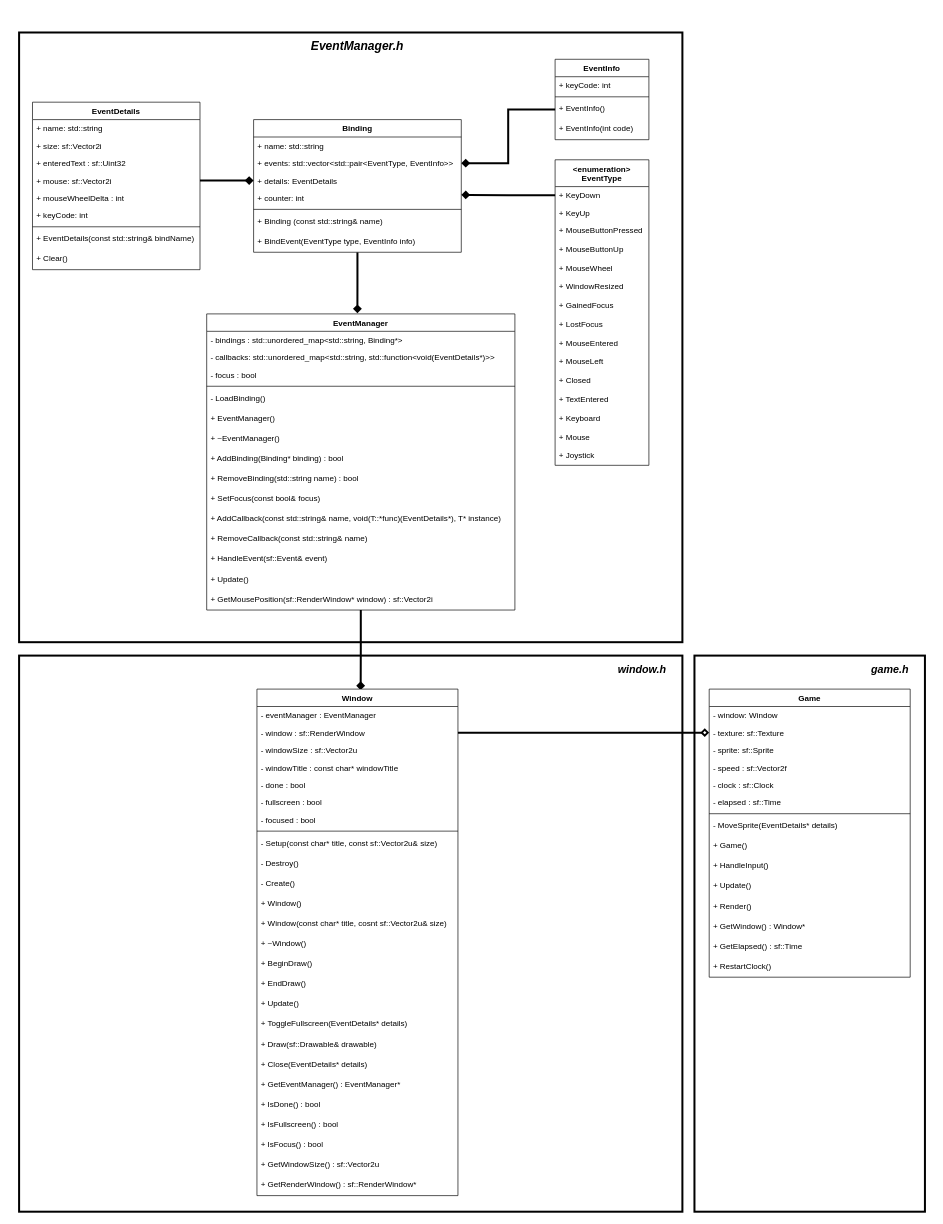
Above: EVENT_MANAGER_PROJECT_CLASS DIAGRAM.drawio in maxmakovskiy/gamedev (draw.io), before the change. Source tidied: cells renumbered, new cells numbered last; positions are measured from the earlier drawing's top-left corner, leaving out a move shared by most shapes. Both pictures are drawn from the tidied source at 67%, with x=0, y=0 at pixel (19, 32).
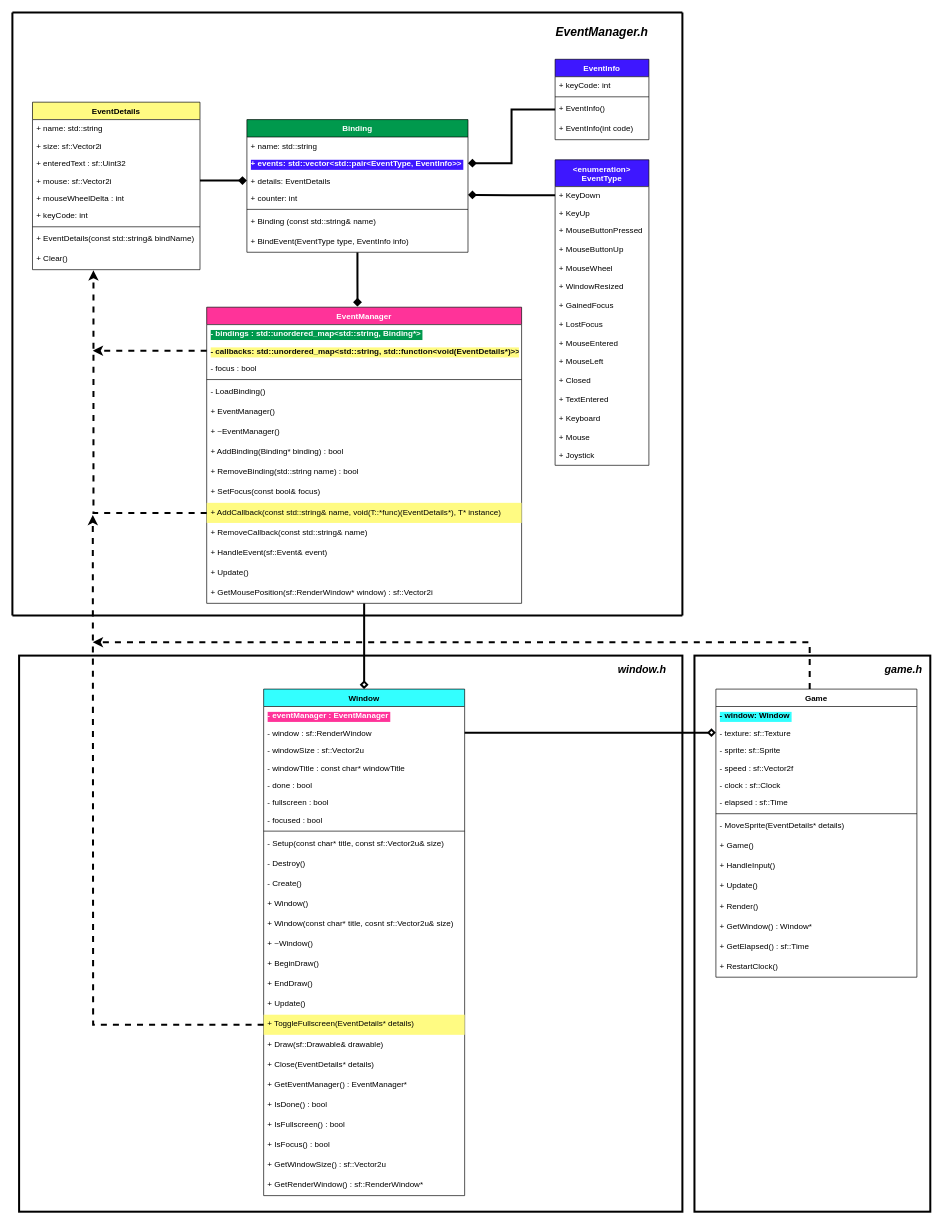
After the change.

Unchanged cells that the change refers to:
```xml
<mxCell id="32" value="+ Clear()&#10;" style="text;strokeColor=none;fillColor=none;align=left;verticalAlign=top;spacingLeft=4;spacingRight=4;overflow=hidden;points=[[0,0.5],[1,0.5]];portConstraint=eastwest;" parent="23" vertex="1">
  <mxGeometry y="220" width="250" height="30" as="geometry" />
</mxCell>
```

Diff of the diagram source:
```diff
@@
-    <mxCell id="2" value="EventInfo" style="swimlane;fontStyle=1;align=center;verticalAlign=top;horizontal=1;startSize=26;swimlaneFillColor=#ffffff;" parent="1" vertex="1">
+    <mxCell id="2" value="EventInfo" style="swimlane;fontStyle=1;align=center;verticalAlign=top;horizontal=1;startSize=26;swimlaneFillColor=#ffffff;fillColor=#3E17FF;fontColor=#FFFFFF;" parent="1" vertex="1">
       <mxGeometry x="800" y="40" width="140" height="120" as="geometry" />
     </mxCell>
@@
-    <mxCell id="7" value="&lt;enumeration&gt;&#10;EventType" style="swimlane;fontStyle=1;horizontal=1;startSize=40;swimlaneFillColor=#ffffff;" parent="1" vertex="1">
+    <mxCell id="7" value="&lt;enumeration&gt;&#10;EventType" style="swimlane;fontStyle=1;horizontal=1;startSize=40;swimlaneFillColor=#ffffff;fillColor=#3E17FF;labelBackgroundColor=none;fontColor=#FFFFFF;" parent="1" vertex="1">
       <mxGeometry x="800" y="190" width="140" height="456" as="geometry" />
     </mxCell>
@@
-    <mxCell id="23" value="EventDetails" style="swimlane;fontStyle=1;align=center;verticalAlign=top;horizontal=1;startSize=26;swimlaneFillColor=#ffffff;" parent="1" vertex="1">
+    <mxCell id="23" value="EventDetails" style="swimlane;fontStyle=1;align=center;verticalAlign=top;horizontal=1;startSize=26;swimlaneFillColor=#ffffff;fillColor=#FFFB82;" parent="1" vertex="1">
       <mxGeometry x="20" y="104" width="250" height="250" as="geometry" />
     </mxCell>
@@
-    <mxCell id="33" style="edgeStyle=orthogonalEdgeStyle;rounded=0;jettySize=auto;html=1;entryX=0.489;entryY=-0.002;entryDx=0;entryDy=0;entryPerimeter=0;fontSize=18;fontColor=none;endArrow=diamond;endFill=1;strokeWidth=3;" parent="1" edge="1" source="34" target="43">
+    <mxCell id="33" style="edgeStyle=orthogonalEdgeStyle;rounded=0;jettySize=auto;html=1;entryX=0.479;entryY=-0.002;entryDx=0;entryDy=0;entryPerimeter=0;fontSize=18;fontColor=#FFFFFF;endArrow=diamond;endFill=1;strokeWidth=3;" parent="1" edge="1" source="34" target="43">
       <mxGeometry relative="1" as="geometry" />
     </mxCell>
-    <mxCell id="34" value="Binding" style="swimlane;fontStyle=1;align=center;verticalAlign=top;horizontal=1;startSize=26;swimlaneFillColor=#ffffff;" parent="1" vertex="1">
-      <mxGeometry x="350" y="130" width="310" height="198" as="geometry" />
+    <mxCell id="34" value="Binding" style="swimlane;fontStyle=1;align=center;verticalAlign=top;horizontal=1;startSize=26;swimlaneFillColor=#ffffff;labelBackgroundColor=#00994D;fontColor=#FFFFFF;fillColor=#00994D;" parent="1" vertex="1">
+      <mxGeometry x="340" y="130" width="330" height="198" as="geometry" />
     </mxCell>
     <mxCell id="35" value="+ name: std::string" style="text;strokeColor=none;fillColor=none;align=left;verticalAlign=top;spacingLeft=4;spacingRight=4;overflow=hidden;" parent="34" vertex="1">
-      <mxGeometry y="26" width="310" height="26" as="geometry" />
+      <mxGeometry y="26" width="330" height="26" as="geometry" />
     </mxCell>
-    <mxCell id="36" value="+ events: std::vector&lt;std::pair&lt;EventType, EventInfo&gt;&gt;" style="text;strokeColor=none;fillColor=none;align=left;verticalAlign=top;spacingLeft=4;spacingRight=4;overflow=hidden;points=[[0,0.5],[1,0.5]];portConstraint=eastwest;" parent="34" vertex="1">
-      <mxGeometry y="52" width="310" height="26" as="geometry" />
+    <mxCell id="36" value="+ events: std::vector&lt;std::pair&lt;EventType, EventInfo&gt;&gt;" style="text;strokeColor=none;fillColor=none;align=left;verticalAlign=top;spacingLeft=4;spacingRight=4;overflow=hidden;points=[[0,0.5],[1,0.5]];portConstraint=eastwest;labelBackgroundColor=#3E17FF;fontColor=#FFFFFF;fontStyle=1;" parent="34" vertex="1">
+      <mxGeometry y="52" width="330" height="26" as="geometry" />
     </mxCell>
     <mxCell id="37" value="+ details: EventDetails" style="text;strokeColor=none;fillColor=none;align=left;verticalAlign=top;spacingLeft=4;spacingRight=4;overflow=hidden;points=[[0,0.5],[1,0.5]];portConstraint=eastwest;" parent="34" vertex="1">
-      <mxGeometry y="78" width="310" height="26" as="geometry" />
+      <mxGeometry y="78" width="330" height="26" as="geometry" />
     </mxCell>
     <mxCell id="38" value="+ counter: int" style="text;strokeColor=none;fillColor=none;align=left;verticalAlign=top;spacingLeft=4;spacingRight=4;overflow=hidden;points=[[0,0.5],[1,0.5]];portConstraint=eastwest;" parent="34" vertex="1">
-      <mxGeometry y="104" width="310" height="26" as="geometry" />
+      <mxGeometry y="104" width="330" height="26" as="geometry" />
     </mxCell>
     <mxCell id="39" style="line;strokeWidth=1;fillColor=none;align=left;verticalAlign=middle;spacingTop=-1;spacingLeft=3;spacingRight=3;labelPosition=right;" parent="34" vertex="1">
-      <mxGeometry y="130" width="310" height="8" as="geometry" />
+      <mxGeometry y="130" width="330" height="8" as="geometry" />
     </mxCell>
     <mxCell id="40" value="+ Binding (const std::string&amp; name)" style="text;strokeColor=none;fillColor=none;align=left;verticalAlign=top;spacingLeft=4;spacingRight=4;overflow=hidden;" parent="34" vertex="1">
-      <mxGeometry y="138" width="310" height="30" as="geometry" />
+      <mxGeometry y="138" width="330" height="30" as="geometry" />
     </mxCell>
     <mxCell id="41" value="+ BindEvent(EventType type, EventInfo info)&#10;" style="text;strokeColor=none;fillColor=none;align=left;verticalAlign=top;spacingLeft=4;spacingRight=4;overflow=hidden;" parent="34" vertex="1">
-      <mxGeometry y="168" width="310" height="30" as="geometry" />
+      <mxGeometry y="168" width="330" height="30" as="geometry" />
     </mxCell>
-    <mxCell id="42" style="edgeStyle=orthogonalEdgeStyle;rounded=0;jettySize=auto;html=1;entryX=0.516;entryY=0.002;entryDx=0;entryDy=0;entryPerimeter=0;fontSize=18;fontColor=none;endArrow=diamond;endFill=1;strokeWidth=3;" parent="1" edge="1" source="43" target="62">
+    <mxCell id="42" style="edgeStyle=orthogonalEdgeStyle;rounded=0;jettySize=auto;html=1;entryX=0.5;entryY=0;entryDx=0;entryDy=0;fontSize=18;fontColor=#FFFFFF;endArrow=diamond;endFill=0;strokeWidth=3;" parent="1" edge="1" source="43" target="62">
       <mxGeometry relative="1" as="geometry" />
     </mxCell>
-    <mxCell id="43" value="EventManager" style="swimlane;fontStyle=1;align=center;verticalAlign=top;horizontal=1;startSize=26;swimlaneFillColor=#ffffff;" parent="1" vertex="1">
-      <mxGeometry x="280" y="420" width="460" height="442" as="geometry" />
+    <mxCell id="43" value="EventManager" style="swimlane;fontStyle=1;align=center;verticalAlign=top;horizontal=1;startSize=26;swimlaneFillColor=#ffffff;labelBackgroundColor=#FF3399;fontColor=#FFFFFF;fillColor=#FF3399;" parent="1" vertex="1">
+      <mxGeometry x="280" y="410" width="470" height="442" as="geometry" />
     </mxCell>
-    <mxCell id="44" value="- bindings : std::unordered_map&lt;std::string, Binding*&gt;" style="text;strokeColor=none;fillColor=none;align=left;verticalAlign=top;spacingLeft=4;spacingRight=4;overflow=hidden;" parent="43" vertex="1">
-      <mxGeometry y="26" width="460" height="26" as="geometry" />
+    <mxCell id="44" value="- bindings : std::unordered_map&lt;std::string, Binding*&gt;" style="text;strokeColor=none;fillColor=none;align=left;verticalAlign=top;spacingLeft=4;spacingRight=4;overflow=hidden;labelBackgroundColor=#00994D;fontColor=#FFFFFF;fontStyle=1;" parent="43" vertex="1">
+      <mxGeometry y="26" width="470" height="26" as="geometry" />
     </mxCell>
-    <mxCell id="45" value="- callbacks: std::unordered_map&lt;std::string, std::function&lt;void(EventDetails*)&gt;&gt;" style="text;strokeColor=none;fillColor=none;align=left;verticalAlign=top;spacingLeft=4;spacingRight=4;overflow=hidden;points=[[0,0.5],[1,0.5]];portConstraint=eastwest;" parent="43" vertex="1">
-      <mxGeometry y="52" width="460" height="26" as="geometry" />
+    <mxCell id="45" value="- callbacks: std::unordered_map&lt;std::string, std::function&lt;void(EventDetails*)&gt;&gt;" style="text;strokeColor=none;fillColor=none;align=left;verticalAlign=top;spacingLeft=4;spacingRight=4;overflow=hidden;points=[[0,0.5],[1,0.5]];portConstraint=eastwest;labelBackgroundColor=#FFFB82;fontStyle=1;fontColor=#0A0A0A;" parent="43" vertex="1">
+      <mxGeometry y="52" width="470" height="26" as="geometry" />
     </mxCell>
     <mxCell id="46" value="- focus : bool" style="text;strokeColor=none;fillColor=none;align=left;verticalAlign=top;spacingLeft=4;spacingRight=4;overflow=hidden;" parent="43" vertex="1">
-      <mxGeometry y="78" width="460" height="26" as="geometry" />
+      <mxGeometry y="78" width="470" height="26" as="geometry" />
     </mxCell>
     <mxCell id="47" style="line;strokeWidth=1;fillColor=none;align=left;verticalAlign=middle;spacingTop=-1;spacingLeft=3;spacingRight=3;labelPosition=right;" parent="43" vertex="1">
-      <mxGeometry y="104" width="460" height="8" as="geometry" />
+      <mxGeometry y="104" width="470" height="8" as="geometry" />
     </mxCell>
     <mxCell id="48" value="- LoadBinding()" style="text;strokeColor=none;fillColor=none;align=left;verticalAlign=top;spacingLeft=4;spacingRight=4;overflow=hidden;" parent="43" vertex="1">
-      <mxGeometry y="112" width="460" height="30" as="geometry" />
+      <mxGeometry y="112" width="470" height="30" as="geometry" />
     </mxCell>
     <mxCell id="49" value="+ EventManager()" style="text;strokeColor=none;fillColor=none;align=left;verticalAlign=top;spacingLeft=4;spacingRight=4;overflow=hidden;" parent="43" vertex="1">
-      <mxGeometry y="142" width="460" height="30" as="geometry" />
+      <mxGeometry y="142" width="470" height="30" as="geometry" />
     </mxCell>
     <mxCell id="50" value="+ ~EventManager()&#10;" style="text;strokeColor=none;fillColor=none;align=left;verticalAlign=top;spacingLeft=4;spacingRight=4;overflow=hidden;" parent="43" vertex="1">
-      <mxGeometry y="172" width="460" height="30" as="geometry" />
+      <mxGeometry y="172" width="470" height="30" as="geometry" />
     </mxCell>
     <mxCell id="51" value="+ AddBinding(Binding* binding) : bool" style="text;strokeColor=none;fillColor=none;align=left;verticalAlign=top;spacingLeft=4;spacingRight=4;overflow=hidden;" parent="43" vertex="1">
-      <mxGeometry y="202" width="460" height="30" as="geometry" />
+      <mxGeometry y="202" width="470" height="30" as="geometry" />
     </mxCell>
     <mxCell id="52" value="+ RemoveBinding(std::string name) : bool" style="text;strokeColor=none;fillColor=none;align=left;verticalAlign=top;spacingLeft=4;spacingRight=4;overflow=hidden;" parent="43" vertex="1">
-      <mxGeometry y="232" width="460" height="30" as="geometry" />
+      <mxGeometry y="232" width="470" height="30" as="geometry" />
     </mxCell>
     <mxCell id="53" value="+ SetFocus(const bool&amp; focus)" style="text;strokeColor=none;fillColor=none;align=left;verticalAlign=top;spacingLeft=4;spacingRight=4;overflow=hidden;" parent="43" vertex="1">
-      <mxGeometry y="262" width="460" height="30" as="geometry" />
+      <mxGeometry y="262" width="470" height="30" as="geometry" />
     </mxCell>
-    <mxCell id="54" value="+ AddCallback(const std::string&amp; name, void(T::*func)(EventDetails*), T* instance)" style="text;strokeColor=none;fillColor=none;align=left;verticalAlign=top;spacingLeft=4;spacingRight=4;overflow=hidden;points=[[0,0.5],[1,0.5]];portConstraint=eastwest;" parent="43" vertex="1">
-      <mxGeometry y="292" width="460" height="30" as="geometry" />
+    <mxCell id="54" value="+ AddCallback(const std::string&amp; name, void(T::*func)(EventDetails*), T* instance)" style="text;strokeColor=none;align=left;verticalAlign=top;spacingLeft=4;spacingRight=4;overflow=hidden;points=[[0,0.5],[1,0.5]];portConstraint=eastwest;fillColor=#FFFB82;fontStyle=0;" parent="43" vertex="1">
+      <mxGeometry y="292" width="470" height="30" as="geometry" />
     </mxCell>
     <mxCell id="55" value="+ RemoveCallback(const std::string&amp; name)" style="text;strokeColor=none;fillColor=none;align=left;verticalAlign=top;spacingLeft=4;spacingRight=4;overflow=hidden;" parent="43" vertex="1">
-      <mxGeometry y="322" width="460" height="30" as="geometry" />
+      <mxGeometry y="322" width="470" height="30" as="geometry" />
     </mxCell>
     <mxCell id="56" value="+ HandleEvent(sf::Event&amp; event)" style="text;strokeColor=none;fillColor=none;align=left;verticalAlign=top;spacingLeft=4;spacingRight=4;overflow=hidden;" parent="43" vertex="1">
-      <mxGeometry y="352" width="460" height="30" as="geometry" />
+      <mxGeometry y="352" width="470" height="30" as="geometry" />
     </mxCell>
     <mxCell id="57" value="+ Update()" style="text;strokeColor=none;fillColor=none;align=left;verticalAlign=top;spacingLeft=4;spacingRight=4;overflow=hidden;" parent="43" vertex="1">
-      <mxGeometry y="382" width="460" height="30" as="geometry" />
+      <mxGeometry y="382" width="470" height="30" as="geometry" />
     </mxCell>
     <mxCell id="58" value="+ GetMousePosition(sf::RenderWindow* window) : sf::Vector2i" style="text;strokeColor=none;fillColor=none;align=left;verticalAlign=top;spacingLeft=4;spacingRight=4;overflow=hidden;" parent="43" vertex="1">
-      <mxGeometry y="412" width="460" height="30" as="geometry" />
+      <mxGeometry y="412" width="470" height="30" as="geometry" />
     </mxCell>
     <mxCell id="59" value="EventManager.h" style="text;html=1;strokeColor=none;fillColor=none;align=center;verticalAlign=middle;whiteSpace=wrap;rounded=0;fontStyle=3;fontSize=18;" parent="1" vertex="1">
-      <mxGeometry x="485" y="10" width="40" height="20" as="geometry" />
+      <mxGeometry x="850" y="-10" width="40" height="20" as="geometry" />
     </mxCell>
@@
-    <mxCell id="62" value="Window" style="swimlane;fontStyle=1;align=center;verticalAlign=top;horizontal=1;startSize=26;swimlaneFillColor=#ffffff;" parent="1" vertex="1">
-      <mxGeometry x="355" y="980" width="300" height="756" as="geometry" />
+    <mxCell id="62" value="Window" style="swimlane;fontStyle=1;align=center;verticalAlign=top;horizontal=1;startSize=26;swimlaneFillColor=#ffffff;labelBackgroundColor=#33FFFF;fillColor=#33FFFF;" parent="1" vertex="1">
+      <mxGeometry x="365" y="980" width="300" height="756" as="geometry" />
     </mxCell>
-    <mxCell id="63" value="- eventManager : EventManager" style="text;strokeColor=none;fillColor=none;align=left;verticalAlign=top;spacingLeft=4;spacingRight=4;overflow=hidden;" parent="62" vertex="1">
+    <mxCell id="63" value="- eventManager : EventManager" style="text;strokeColor=none;fillColor=none;align=left;verticalAlign=top;spacingLeft=4;spacingRight=4;overflow=hidden;labelBackgroundColor=#FF3399;fontColor=#FFFFFF;fontStyle=1;" parent="62" vertex="1">
       <mxGeometry y="26" width="300" height="26" as="geometry" />
     </mxCell>
@@
-    <mxCell id="80" value="+ ToggleFullscreen(EventDetails* details)&#10;" style="text;strokeColor=none;fillColor=none;align=left;verticalAlign=top;spacingLeft=4;spacingRight=4;overflow=hidden;points=[[0,0.5],[1,0.5]];portConstraint=eastwest;" parent="62" vertex="1">
+    <mxCell id="80" value="+ ToggleFullscreen(EventDetails* details)&#10;" style="text;strokeColor=none;align=left;verticalAlign=top;spacingLeft=4;spacingRight=4;overflow=hidden;points=[[0,0.5],[1,0.5]];portConstraint=eastwest;fillColor=#FFFB82;" parent="62" vertex="1">
       <mxGeometry y="486" width="300" height="30" as="geometry" />
     </mxCell>
@@
     <mxCell id="89" style="rounded=0;whiteSpace=wrap;html=1;fillColor=none;strokeWidth=3;" parent="1" vertex="1">
-      <mxGeometry x="1008" y="930" width="344" height="830" as="geometry" />
+      <mxGeometry x="1008" y="930" width="352" height="830" as="geometry" />
     </mxCell>
     <mxCell id="90" value="game.h" style="text;html=1;strokeColor=none;fillColor=none;align=center;verticalAlign=middle;whiteSpace=wrap;rounded=0;fontStyle=3;fontSize=16;" parent="1" vertex="1">
-      <mxGeometry x="1280" y="940" width="40" height="20" as="geometry" />
+      <mxGeometry x="1300" y="940" width="40" height="20" as="geometry" />
     </mxCell>
+    <mxCell id="112" style="edgeStyle=orthogonalEdgeStyle;rounded=0;jettySize=auto;html=1;dashed=1;fontSize=18;fontColor=#FFFFFF;endArrow=classic;endFill=1;strokeWidth=3;" parent="1" edge="1" source="91">
+      <mxGeometry relative="1" as="geometry">
+        <mxPoint x="110" y="910" as="targetPoint" />
+        <Array as="points">
+          <mxPoint x="1180" y="910" />
+        </Array>
+      </mxGeometry>
+    </mxCell>
     <mxCell id="91" value="Game" style="swimlane;fontStyle=1;align=center;verticalAlign=top;horizontal=1;startSize=26;swimlaneFillColor=#ffffff;" parent="1" vertex="1">
-      <mxGeometry x="1030" y="980" width="300" height="430" as="geometry" />
+      <mxGeometry x="1040" y="980" width="300" height="430" as="geometry" />
     </mxCell>
-    <mxCell id="92" value="- window: Window" style="text;strokeColor=none;fillColor=none;align=left;verticalAlign=top;spacingLeft=4;spacingRight=4;overflow=hidden;" parent="91" vertex="1">
+    <mxCell id="92" value="- window: Window" style="text;strokeColor=none;fillColor=none;align=left;verticalAlign=top;spacingLeft=4;spacingRight=4;overflow=hidden;labelBackgroundColor=#33FFFF;fontStyle=1;" parent="91" vertex="1">
       <mxGeometry y="26" width="300" height="26" as="geometry" />
     </mxCell>
@@
-    <mxCell id="110" style="rounded=0;whiteSpace=wrap;html=1;fillColor=none;strokeWidth=3;" parent="1" vertex="1">
-      <mxGeometry width="990" height="910" as="geometry" />
-    </mxCell>
@@
+    <mxCell id="113" style="edgeStyle=orthogonalEdgeStyle;rounded=0;jettySize=auto;html=1;entryX=0.364;entryY=1.033;entryDx=0;entryDy=0;entryPerimeter=0;dashed=1;fontSize=18;fontColor=#FFFFFF;endArrow=classic;endFill=1;strokeWidth=3;" parent="1" edge="1" source="54" target="32">
+      <mxGeometry relative="1" as="geometry" />
+    </mxCell>
+    <mxCell id="114" style="edgeStyle=orthogonalEdgeStyle;rounded=0;jettySize=auto;html=1;dashed=1;fontSize=18;fontColor=#FFFFFF;endArrow=classic;endFill=1;strokeWidth=3;" parent="1" edge="1" source="80">
+      <mxGeometry relative="1" as="geometry">
+        <mxPoint x="110" y="720" as="targetPoint" />
+      </mxGeometry>
+    </mxCell>
+    <mxCell id="115" style="edgeStyle=orthogonalEdgeStyle;rounded=0;jettySize=auto;html=1;dashed=1;fontSize=18;fontColor=#0A0A0A;endArrow=classic;endFill=1;strokeWidth=3;" parent="1" edge="1" source="45">
+      <mxGeometry relative="1" as="geometry">
+        <mxPoint x="110" y="475" as="targetPoint" />
+      </mxGeometry>
+    </mxCell>
+    <mxCell id="116" style="group;" parent="1" vertex="1">
+      <mxGeometry x="-10" y="-30" width="1000" height="900" as="geometry" />
+    </mxCell>
+    <mxCell id="117" style="endArrow=none;html=1;fontSize=18;fontColor=#0A0A0A;strokeWidth=3;" parent="116" edge="1">
+      <mxGeometry relative="1" as="geometry">
+        <mxPoint y="900" as="sourcePoint" />
+        <mxPoint as="targetPoint" />
+      </mxGeometry>
+    </mxCell>
+    <mxCell id="118" style="endArrow=none;html=1;fontSize=18;fontColor=#0A0A0A;strokeWidth=3;" parent="116" edge="1">
+      <mxGeometry relative="1" as="geometry">
+        <mxPoint x="1000" y="900" as="sourcePoint" />
+        <mxPoint x="1000" as="targetPoint" />
+      </mxGeometry>
+    </mxCell>
+    <mxCell id="119" style="endArrow=none;html=1;fontSize=18;fontColor=#0A0A0A;strokeWidth=3;" parent="116" edge="1">
+      <mxGeometry relative="1" as="geometry">
+        <mxPoint as="sourcePoint" />
+        <mxPoint x="1000" as="targetPoint" />
+      </mxGeometry>
+    </mxCell>
+    <mxCell id="120" style="endArrow=none;html=1;fontSize=18;fontColor=#0A0A0A;strokeWidth=3;" parent="116" edge="1">
+      <mxGeometry relative="1" as="geometry">
+        <mxPoint y="900" as="sourcePoint" />
+        <mxPoint x="1000" y="900" as="targetPoint" />
+      </mxGeometry>
+    </mxCell>
```
